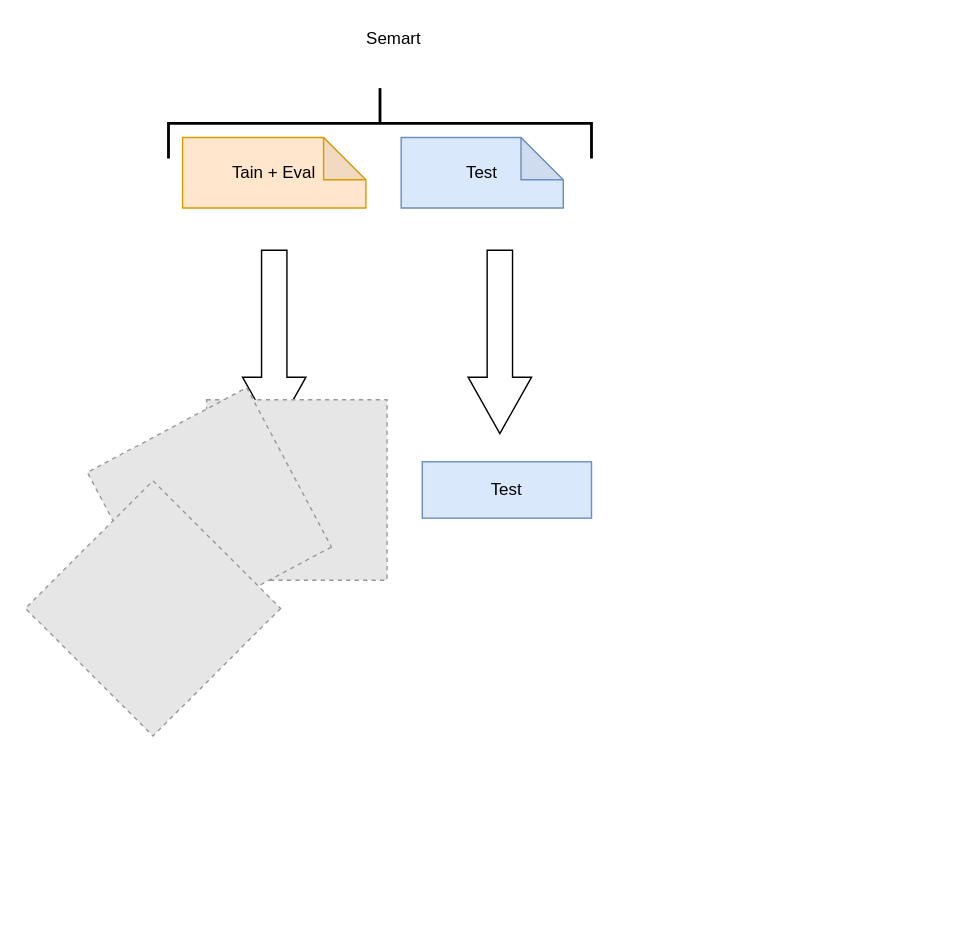
Above: Untitled Diagram.drawio in elvaigh/GCNBoost (draw.io), before the change. Source tidied: cells renumbered, new cells numbered last; positions are measured from the earlier drawing's top-left corner, leaving out a move shared by most shapes. Both pictures are drawn from the tidied source at 141%, with x=0, y=0 at pixel (62, -89). Pictures stored in the file or linked from it are replaced by grey dashed boxes.
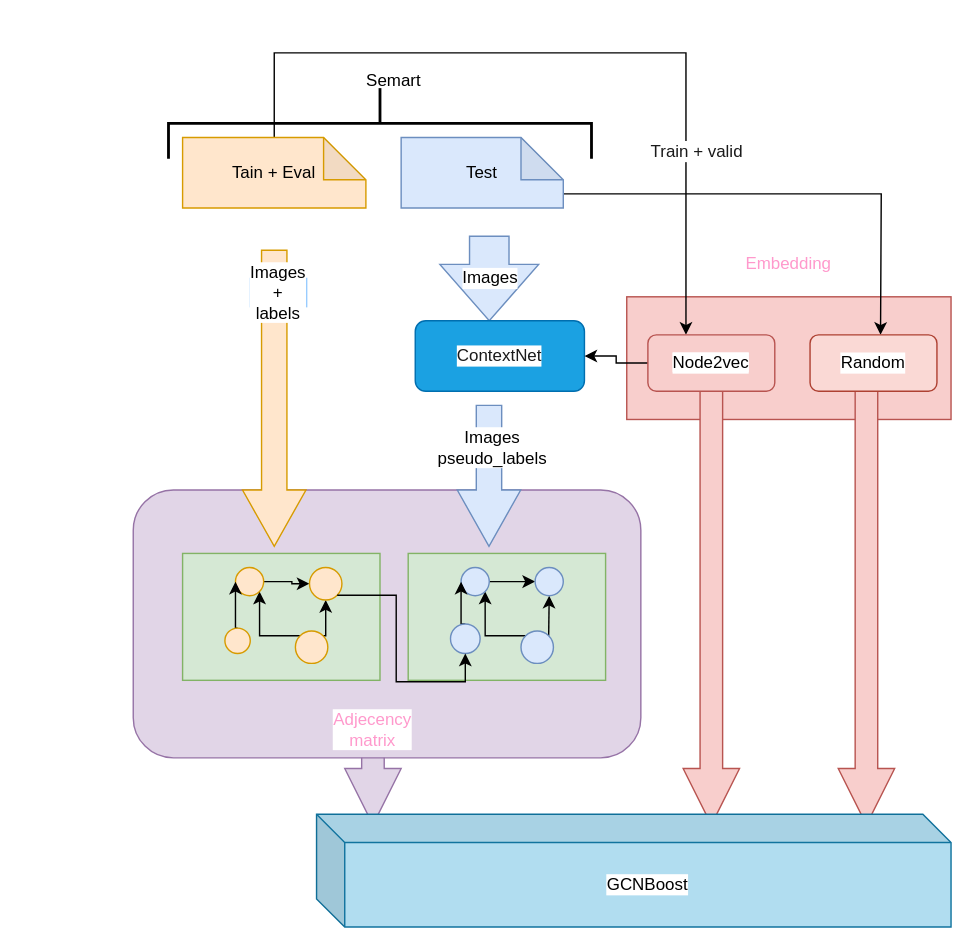
After the change.

Unchanged cells that the change refers to:
```xml
<mxCell id="7" value="Tain + Eval" style="shape=note;whiteSpace=wrap;html=1;backgroundOutline=1;darkOpacity=0.05;fillColor=#ffe6cc;strokeColor=#d79b00;" parent="1" vertex="1">
  <mxGeometry x="85" y="160" width="130" height="50" as="geometry" />
</mxCell>
<mxCell id="8" value="Test" style="shape=note;whiteSpace=wrap;html=1;backgroundOutline=1;darkOpacity=0.05;fillColor=#dae8fc;strokeColor=#6c8ebf;" parent="1" vertex="1">
  <mxGeometry x="240" y="160" width="115" height="50" as="geometry" />
</mxCell>
```

The edit, as a diff of the source:
```diff
@@
-    <mxCell id="2" value="Test" style="rounded=0;whiteSpace=wrap;html=1;fillColor=#dae8fc;strokeColor=#6c8ebf;" parent="1" vertex="1">
-      <mxGeometry x="255" y="390" width="120" height="40" as="geometry" />
-    </mxCell>
+    <mxCell id="12" style="rounded=0;whiteSpace=wrap;html=1;labelBackgroundColor=#ffffff;sketch=0;strokeColor=#b85450;fillColor=#f8cecc;" parent="1" vertex="1">
+      <mxGeometry x="400" y="273" width="230" height="87" as="geometry" />
+    </mxCell>
+    <mxCell id="13" style="html=1;shadow=0;dashed=0;align=center;verticalAlign=middle;shape=mxgraph.arrows2.arrow;dy=0.6;dx=40;direction=south;notch=0;labelBackgroundColor=#ffffff;sketch=0;strokeColor=#b85450;fillColor=#f8cecc;" parent="1" vertex="1">
+      <mxGeometry x="440" y="332.5" width="40" height="315" as="geometry" />
+    </mxCell>
+    <mxCell id="14" style="html=1;shadow=0;dashed=0;align=center;verticalAlign=middle;shape=mxgraph.arrows2.arrow;dy=0.6;dx=40;direction=south;notch=0;labelBackgroundColor=#ffffff;sketch=0;strokeColor=#9673a6;fillColor=#e1d5e7;" parent="1" vertex="1">
+      <mxGeometry x="200" y="570" width="40" height="77.5" as="geometry" />
+    </mxCell>
+    <mxCell id="15" style="rounded=1;whiteSpace=wrap;html=1;labelBackgroundColor=#ffffff;sketch=0;strokeColor=#9673a6;fillColor=#e1d5e7;" parent="1" vertex="1">
+      <mxGeometry x="50" y="410" width="360" height="190" as="geometry" />
+    </mxCell>
+    <mxCell id="16" style="rounded=0;whiteSpace=wrap;html=1;labelBackgroundColor=#ffffff;sketch=0;fillColor=#d5e8d4;strokeColor=#82b366;" parent="1" vertex="1">
+      <mxGeometry x="85" y="455" width="140" height="90" as="geometry" />
+    </mxCell>
@@
     <mxCell id="4" value="Semart" style="text;html=1;strokeColor=none;fillColor=none;align=center;verticalAlign=middle;whiteSpace=wrap;rounded=0;" parent="1" vertex="1">
-      <mxGeometry x="215" y="80" width="40" height="20" as="geometry" />
+      <mxGeometry x="215" y="110" width="40" height="20" as="geometry" />
     </mxCell>
-    <mxCell id="5" style="html=1;shadow=0;dashed=0;align=center;verticalAlign=middle;shape=mxgraph.arrows2.arrow;dy=0.6;dx=40;direction=south;notch=0;" parent="1" vertex="1">
-      <mxGeometry x="127.5" y="240" width="45" height="130" as="geometry" />
+    <mxCell id="5" style="html=1;shadow=0;dashed=0;align=center;verticalAlign=middle;shape=mxgraph.arrows2.arrow;dy=0.6;dx=40;direction=south;notch=0;fillColor=#ffe6cc;strokeColor=#d79b00;" parent="1" vertex="1">
+      <mxGeometry x="127.5" y="240" width="45" height="210" as="geometry" />
     </mxCell>
-    <mxCell id="6" style="html=1;shadow=0;dashed=0;align=center;verticalAlign=middle;shape=mxgraph.arrows2.arrow;dy=0.6;dx=40;direction=south;notch=0;" parent="1" vertex="1">
-      <mxGeometry x="287.5" y="240" width="45" height="130" as="geometry" />
-    </mxCell>
+    <mxCell id="17" style="edgeStyle=orthogonalEdgeStyle;rounded=0;jettySize=auto;html=1;fontColor=#99CCFF;" parent="1" edge="1" source="7" target="43">
+      <mxGeometry relative="1" as="geometry">
+        <Array as="points">
+          <mxPoint x="150" y="100" />
+          <mxPoint x="442" y="100" />
+        </Array>
+      </mxGeometry>
+    </mxCell>
@@
+    <mxCell id="18" style="edgeStyle=orthogonalEdgeStyle;rounded=0;jettySize=auto;html=1;exitX=0;exitY=0;exitDx=115;exitDy=40;exitPerimeter=0;fontColor=#99CCFF;" parent="1" edge="1" source="8">
+      <mxGeometry relative="1" as="geometry">
+        <mxPoint x="580" y="300" as="targetPoint" />
+      </mxGeometry>
+    </mxCell>
@@
-    <mxCell id="9" style="fillColor=#E6E6E6;strokeColor=#999999;dashed=1;html=1;verticalAlign=top;verticalLabelPosition=bottom;labelBackgroundColor=#ffffff;" parent="1" vertex="1">
-      <mxGeometry x="102" y="346" width="128" height="128" as="geometry" />
-    </mxCell>
-    <mxCell id="10" style="fillColor=#E6E6E6;strokeColor=#999999;dashed=1;html=1;verticalAlign=top;verticalLabelPosition=bottom;labelBackgroundColor=#ffffff;rotation=-208;" parent="1" vertex="1">
-      <mxGeometry x="40" y="360" width="128" height="128" as="geometry" />
-    </mxCell>
-    <mxCell id="11" style="fillColor=#E6E6E6;strokeColor=#999999;dashed=1;html=1;verticalAlign=top;verticalLabelPosition=bottom;labelBackgroundColor=#ffffff;rotation=135;" parent="1" vertex="1">
-      <mxGeometry y="430" width="128" height="128" as="geometry" />
-    </mxCell>
+    <mxCell id="19" style="edgeStyle=orthogonalEdgeStyle;rounded=0;jettySize=auto;html=1;exitX=1;exitY=0;exitDx=0;exitDy=0;entryX=0.5;entryY=1;entryDx=0;entryDy=0;" parent="1" edge="1" source="21" target="24">
+      <mxGeometry relative="1" as="geometry" />
+    </mxCell>
+    <mxCell id="20" style="edgeStyle=orthogonalEdgeStyle;rounded=0;jettySize=auto;html=1;exitX=0;exitY=0;exitDx=0;exitDy=0;entryX=1;entryY=1;entryDx=0;entryDy=0;" parent="1" edge="1" source="21" target="23">
+      <mxGeometry relative="1" as="geometry" />
+    </mxCell>
+    <mxCell id="21" style="ellipse;whiteSpace=wrap;html=1;labelBackgroundColor=#ffffff;sketch=0;fillColor=#ffe6cc;strokeColor=#d79b00;" parent="1" vertex="1">
+      <mxGeometry x="165" y="510" width="23" height="23" as="geometry" />
+    </mxCell>
+    <mxCell id="22" style="edgeStyle=orthogonalEdgeStyle;rounded=0;jettySize=auto;html=1;exitX=1;exitY=0.5;exitDx=0;exitDy=0;" parent="1" edge="1" source="23" target="24">
+      <mxGeometry relative="1" as="geometry" />
+    </mxCell>
+    <mxCell id="23" style="ellipse;whiteSpace=wrap;html=1;labelBackgroundColor=#ffffff;sketch=0;fillColor=#ffe6cc;strokeColor=#d79b00;" parent="1" vertex="1">
+      <mxGeometry x="122.5" y="465" width="20" height="20" as="geometry" />
+    </mxCell>
+    <mxCell id="24" style="ellipse;whiteSpace=wrap;html=1;labelBackgroundColor=#ffffff;sketch=0;fillColor=#ffe6cc;strokeColor=#d79b00;" parent="1" vertex="1">
+      <mxGeometry x="175" y="465" width="23" height="23" as="geometry" />
+    </mxCell>
+    <mxCell id="25" style="edgeStyle=orthogonalEdgeStyle;rounded=0;jettySize=auto;html=1;exitX=0.5;exitY=0;exitDx=0;exitDy=0;entryX=0;entryY=0.5;entryDx=0;entryDy=0;" parent="1" edge="1" source="26" target="23">
+      <mxGeometry relative="1" as="geometry" />
+    </mxCell>
+    <mxCell id="26" style="ellipse;whiteSpace=wrap;html=1;labelBackgroundColor=#ffffff;sketch=0;fillColor=#ffe6cc;strokeColor=#d79b00;" parent="1" vertex="1">
+      <mxGeometry x="115" y="508" width="18" height="18" as="geometry" />
+    </mxCell>
+    <mxCell id="27" style="rounded=0;whiteSpace=wrap;html=1;labelBackgroundColor=#ffffff;sketch=0;fillColor=#d5e8d4;strokeColor=#82b366;" parent="1" vertex="1">
+      <mxGeometry x="245" y="455" width="140" height="90" as="geometry" />
+    </mxCell>
+    <mxCell id="28" style="edgeStyle=orthogonalEdgeStyle;rounded=0;jettySize=auto;html=1;exitX=1;exitY=0;exitDx=0;exitDy=0;entryX=0.5;entryY=1;entryDx=0;entryDy=0;" parent="1" edge="1" source="30" target="33">
+      <mxGeometry relative="1" as="geometry" />
+    </mxCell>
+    <mxCell id="29" style="edgeStyle=orthogonalEdgeStyle;rounded=0;jettySize=auto;html=1;exitX=0;exitY=0;exitDx=0;exitDy=0;entryX=1;entryY=1;entryDx=0;entryDy=0;" parent="1" edge="1" source="30" target="32">
+      <mxGeometry relative="1" as="geometry" />
+    </mxCell>
+    <mxCell id="30" style="ellipse;whiteSpace=wrap;html=1;labelBackgroundColor=#ffffff;sketch=0;fillColor=#dae8fc;strokeColor=#6c8ebf;" parent="1" vertex="1">
+      <mxGeometry x="325" y="510" width="23" height="23" as="geometry" />
+    </mxCell>
+    <mxCell id="31" style="edgeStyle=orthogonalEdgeStyle;rounded=0;jettySize=auto;html=1;exitX=1;exitY=0.5;exitDx=0;exitDy=0;" parent="1" edge="1" source="32" target="33">
+      <mxGeometry relative="1" as="geometry" />
+    </mxCell>
+    <mxCell id="32" style="ellipse;whiteSpace=wrap;html=1;labelBackgroundColor=#ffffff;sketch=0;fillColor=#dae8fc;strokeColor=#6c8ebf;" parent="1" vertex="1">
+      <mxGeometry x="282.5" y="465" width="20" height="20" as="geometry" />
+    </mxCell>
+    <mxCell id="33" style="ellipse;whiteSpace=wrap;html=1;labelBackgroundColor=#ffffff;sketch=0;fillColor=#dae8fc;strokeColor=#6c8ebf;" parent="1" vertex="1">
+      <mxGeometry x="335" y="465" width="20" height="20" as="geometry" />
+    </mxCell>
+    <mxCell id="34" style="edgeStyle=orthogonalEdgeStyle;rounded=0;jettySize=auto;html=1;exitX=0.5;exitY=0;exitDx=0;exitDy=0;entryX=0;entryY=0.5;entryDx=0;entryDy=0;" parent="1" edge="1" source="35" target="32">
+      <mxGeometry relative="1" as="geometry" />
+    </mxCell>
+    <mxCell id="35" style="ellipse;whiteSpace=wrap;html=1;labelBackgroundColor=#ffffff;sketch=0;fillColor=#dae8fc;strokeColor=#6c8ebf;" parent="1" vertex="1">
+      <mxGeometry x="275" y="505" width="21" height="21" as="geometry" />
+    </mxCell>
+    <mxCell id="36" value="Images + labels" style="text;html=1;fillColor=#dae8fc;align=center;verticalAlign=middle;whiteSpace=wrap;rounded=0;labelBackgroundColor=#ffffff;sketch=0;strokeColor=#99CCFF;" parent="1" vertex="1">
+      <mxGeometry x="133" y="260" width="40" height="20" as="geometry" />
+    </mxCell>
+    <mxCell id="37" value="Images" style="html=1;shadow=0;dashed=0;align=center;verticalAlign=middle;shape=mxgraph.arrows2.arrow;dy=0.6;dx=40;direction=south;notch=0;labelBackgroundColor=#ffffff;sketch=0;strokeColor=#6c8ebf;fillColor=#dae8fc;" parent="1" vertex="1">
+      <mxGeometry x="267.5" y="230" width="70" height="60" as="geometry" />
+    </mxCell>
+    <mxCell id="38" value="&lt;font color=&quot;#1A1A1A&quot;&gt;ContextNet&lt;/font&gt;" style="rounded=1;whiteSpace=wrap;html=1;labelBackgroundColor=#ffffff;sketch=0;strokeColor=#006EAF;fillColor=#1ba1e2;fontColor=#ffffff;" parent="1" vertex="1">
+      <mxGeometry x="250" y="290" width="120" height="50" as="geometry" />
+    </mxCell>
+    <mxCell id="39" style="html=1;shadow=0;dashed=0;align=center;verticalAlign=middle;shape=mxgraph.arrows2.arrow;dy=0.6;dx=40;direction=south;notch=0;fillColor=#dae8fc;strokeColor=#6c8ebf;" parent="1" vertex="1">
+      <mxGeometry x="279.8" y="350" width="45" height="100" as="geometry" />
+    </mxCell>
+    <mxCell id="40" value="Images pseudo_labels" style="text;html=1;fillColor=#dae8fc;align=center;verticalAlign=middle;whiteSpace=wrap;rounded=0;labelBackgroundColor=#ffffff;sketch=0;strokeColor=#99CCFF;" parent="1" vertex="1">
+      <mxGeometry x="284.8" y="370" width="40" height="20" as="geometry" />
+    </mxCell>
+    <mxCell id="41" style="edgeStyle=orthogonalEdgeStyle;rounded=0;jettySize=auto;html=1;exitX=1;exitY=1;exitDx=0;exitDy=0;entryX=0.5;entryY=1;entryDx=0;entryDy=0;fontColor=#99CCFF;" parent="1" edge="1" source="24" target="35">
+      <mxGeometry relative="1" as="geometry" />
+    </mxCell>
+    <mxCell id="42" style="edgeStyle=orthogonalEdgeStyle;rounded=0;jettySize=auto;html=1;exitX=0;exitY=0.5;exitDx=0;exitDy=0;entryX=1;entryY=0.5;entryDx=0;entryDy=0;fontColor=#99CCFF;" parent="1" edge="1" source="43" target="38">
+      <mxGeometry relative="1" as="geometry" />
+    </mxCell>
+    <mxCell id="43" value="&lt;span style=&quot;background-color: rgb(255 , 255 , 255)&quot;&gt;Node2vec&lt;/span&gt;" style="rounded=1;whiteSpace=wrap;html=1;labelBackgroundColor=#ffffff;sketch=0;strokeColor=#b85450;fillColor=#f8cecc;" parent="1" vertex="1">
+      <mxGeometry x="415" y="300" width="90" height="40" as="geometry" />
+    </mxCell>
+    <mxCell id="44" value="&lt;div&gt;&lt;font color=&quot;#1A1A1A&quot;&gt;Train + valid&lt;/font&gt;&lt;/div&gt;" style="text;html=1;strokeColor=none;fillColor=none;align=center;verticalAlign=middle;whiteSpace=wrap;rounded=0;labelBackgroundColor=#ffffff;sketch=0;fontColor=#99CCFF;" parent="1" vertex="1">
+      <mxGeometry x="400" y="160" width="100" height="20" as="geometry" />
+    </mxCell>
+    <mxCell id="45" style="html=1;shadow=0;dashed=0;align=center;verticalAlign=middle;shape=mxgraph.arrows2.arrow;dy=0.6;dx=40;direction=south;notch=0;labelBackgroundColor=#ffffff;sketch=0;strokeColor=#b85450;fillColor=#f8cecc;" parent="1" vertex="1">
+      <mxGeometry x="550" y="332.5" width="40" height="315" as="geometry" />
+    </mxCell>
+    <mxCell id="46" value="GCNBoost" style="shape=cube;whiteSpace=wrap;html=1;boundedLbl=1;backgroundOutline=1;darkOpacity=0.05;darkOpacity2=0.1;labelBackgroundColor=#ffffff;sketch=0;strokeColor=#10739e;fillColor=#b1ddf0;" parent="1" vertex="1">
+      <mxGeometry x="180" y="640" width="450" height="80" as="geometry" />
+    </mxCell>
+    <mxCell id="47" value="Random" style="rounded=1;whiteSpace=wrap;html=1;labelBackgroundColor=#ffffff;sketch=0;strokeColor=#ae4132;fillColor=#fad9d5;" parent="1" vertex="1">
+      <mxGeometry x="530" y="300" width="90" height="40" as="geometry" />
+    </mxCell>
+    <mxCell id="48" value="&lt;font color=&quot;#FF99CC&quot;&gt;Embedding&lt;/font&gt;" style="text;html=1;strokeColor=none;fillColor=none;align=center;verticalAlign=middle;whiteSpace=wrap;rounded=0;labelBackgroundColor=#ffffff;sketch=0;fontColor=#99CCFF;" parent="1" vertex="1">
+      <mxGeometry x="495" y="240" width="40" height="20" as="geometry" />
+    </mxCell>
+    <mxCell id="49" value="&lt;font color=&quot;#FF99CC&quot;&gt;Adjecency matrix&lt;/font&gt;" style="text;html=1;strokeColor=none;fillColor=none;align=center;verticalAlign=middle;whiteSpace=wrap;rounded=0;labelBackgroundColor=#ffffff;sketch=0;fontColor=#99CCFF;" parent="1" vertex="1">
+      <mxGeometry x="200" y="570" width="40" height="20" as="geometry" />
+    </mxCell>
```
